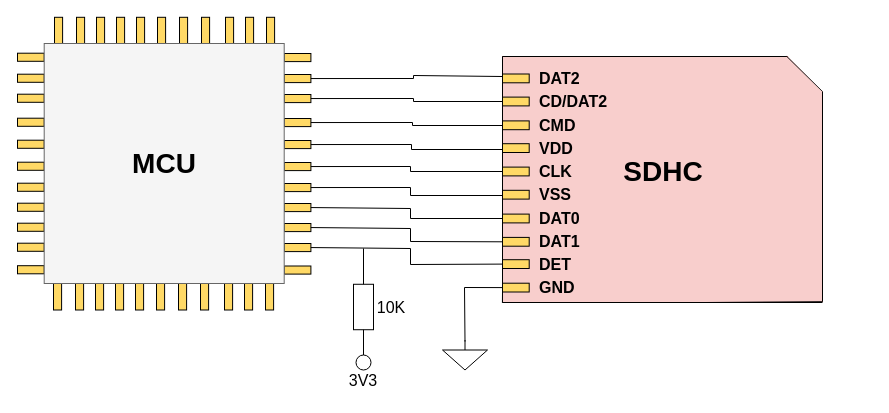
Before: diagrams/forward_write/forward_write.drawio in Doly02/thesis, a draw.io diagram. Source tidied: cells renumbered, new cells numbered last; positions are measured from the earlier drawing's top-left corner, leaving out a move shared by most shapes. Both pictures are drawn from the tidied source at 100%, with x=0, y=0 at pixel (17, -80).
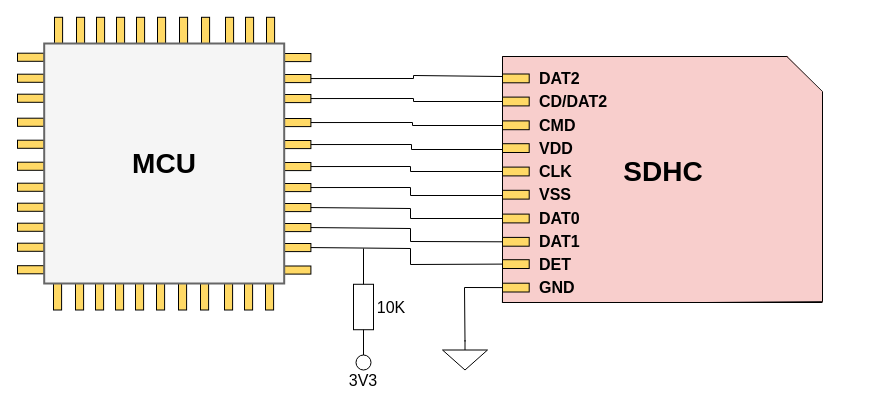
The same page after the edit.

Unchanged cells that the change refers to:
```xml
<mxCell id="2" style="group;fillColor=default;" parent="1" vertex="1">
  <mxGeometry y="97" width="293.3" height="292.7" as="geometry" />
</mxCell>
```

The edit, as a diff of the source:
```diff
@@
-    <mxCell id="53" style="rounded=0;whiteSpace=wrap;html=1;fillColor=#f5f5f5;fontColor=#333333;strokeColor=#666666;" parent="2" vertex="1">
+    <mxCell id="53" style="rounded=0;whiteSpace=wrap;html=1;fillColor=#f5f5f5;fontColor=#333333;strokeColor=#666666;strokeWidth=2;" parent="2" vertex="1">
       <mxGeometry x="26.7" y="26" width="240" height="240" as="geometry" />
     </mxCell>
```
